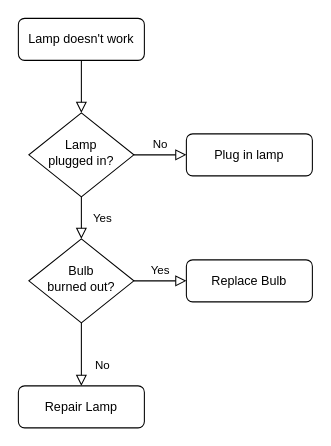
Above: Untitled Diagram.drawio in Slozzyondul/dog_food (draw.io), before the change. Source tidied: cells renumbered, new cells numbered last; positions are measured from the earlier drawing's top-left corner, leaving out a move shared by most shapes. Both pictures are drawn from the tidied source at 105%, with x=0, y=0 at pixel (18, 18).
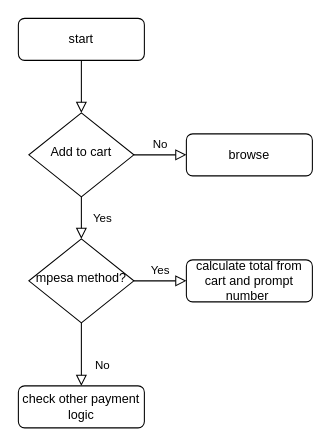
Above is the later version.

The edit, as a diff of the source:
```diff
@@
 <mxGraphModel>
   <root>
     <mxCell id="0" />
     <mxCell id="1" parent="0" />
     <mxCell id="2" style="rounded=0;html=1;jettySize=auto;fontSize=11;endArrow=block;endFill=0;endSize=8;strokeWidth=1;shadow=0;labelBackgroundColor=none;edgeStyle=orthogonalEdgeStyle;" parent="1" edge="1" source="3" target="6">
       <mxGeometry relative="1" as="geometry" />
     </mxCell>
-    <mxCell id="3" value="Lamp doesn't work" style="rounded=1;whiteSpace=wrap;html=1;fontSize=12;glass=0;strokeWidth=1;shadow=0;" parent="1" vertex="1">
+    <mxCell id="3" value="start" style="rounded=1;whiteSpace=wrap;html=1;fontSize=12;glass=0;strokeWidth=1;shadow=0;" parent="1" vertex="1">
       <mxGeometry width="120" height="40" as="geometry" />
     </mxCell>
     <mxCell id="4" value="Yes" style="rounded=0;html=1;jettySize=auto;fontSize=11;endArrow=block;endFill=0;endSize=8;strokeWidth=1;shadow=0;labelBackgroundColor=none;edgeStyle=orthogonalEdgeStyle;" parent="1" edge="1" source="6" target="10">
       <mxGeometry y="20" relative="1" as="geometry" />
     </mxCell>
     <mxCell id="5" value="No" style="edgeStyle=orthogonalEdgeStyle;rounded=0;html=1;jettySize=auto;fontSize=11;endArrow=block;endFill=0;endSize=8;strokeWidth=1;shadow=0;labelBackgroundColor=none;" parent="1" edge="1" source="6" target="7">
       <mxGeometry y="10" relative="1" as="geometry" />
     </mxCell>
-    <mxCell id="6" value="Lamp&lt;br&gt;plugged in?" style="rhombus;whiteSpace=wrap;html=1;shadow=0;fontFamily=Helvetica;fontSize=12;align=center;strokeWidth=1;spacing=6;spacingTop=-4;" parent="1" vertex="1">
+    <mxCell id="6" value="Add to cart" style="rhombus;whiteSpace=wrap;html=1;shadow=0;fontFamily=Helvetica;fontSize=12;align=center;strokeWidth=1;spacing=6;spacingTop=-4;" parent="1" vertex="1">
       <mxGeometry x="10" y="90" width="100" height="80" as="geometry" />
     </mxCell>
-    <mxCell id="7" value="Plug in lamp" style="rounded=1;whiteSpace=wrap;html=1;fontSize=12;glass=0;strokeWidth=1;shadow=0;" parent="1" vertex="1">
+    <mxCell id="7" value="browse" style="rounded=1;whiteSpace=wrap;html=1;fontSize=12;glass=0;strokeWidth=1;shadow=0;" parent="1" vertex="1">
       <mxGeometry x="160" y="110" width="120" height="40" as="geometry" />
     </mxCell>
     <mxCell id="8" value="No" style="rounded=0;html=1;jettySize=auto;fontSize=11;endArrow=block;endFill=0;endSize=8;strokeWidth=1;shadow=0;labelBackgroundColor=none;edgeStyle=orthogonalEdgeStyle;" parent="1" edge="1" source="10" target="11">
       <mxGeometry x="0.33" y="20" relative="1" as="geometry" />
     </mxCell>
     <mxCell id="9" value="Yes" style="edgeStyle=orthogonalEdgeStyle;rounded=0;html=1;jettySize=auto;fontSize=11;endArrow=block;endFill=0;endSize=8;strokeWidth=1;shadow=0;labelBackgroundColor=none;" parent="1" edge="1" source="10" target="12">
       <mxGeometry y="10" relative="1" as="geometry" />
     </mxCell>
-    <mxCell id="10" value="Bulb&lt;br&gt;burned out?" style="rhombus;whiteSpace=wrap;html=1;shadow=0;fontFamily=Helvetica;fontSize=12;align=center;strokeWidth=1;spacing=6;spacingTop=-4;" parent="1" vertex="1">
+    <mxCell id="10" value="mpesa method?" style="rhombus;whiteSpace=wrap;html=1;shadow=0;fontFamily=Helvetica;fontSize=12;align=center;strokeWidth=1;spacing=6;spacingTop=-4;" parent="1" vertex="1">
       <mxGeometry x="10" y="210" width="100" height="80" as="geometry" />
     </mxCell>
-    <mxCell id="11" value="Repair Lamp" style="rounded=1;whiteSpace=wrap;html=1;fontSize=12;glass=0;strokeWidth=1;shadow=0;" parent="1" vertex="1">
+    <mxCell id="11" value="check other payment logic" style="rounded=1;whiteSpace=wrap;html=1;fontSize=12;glass=0;strokeWidth=1;shadow=0;" parent="1" vertex="1">
       <mxGeometry y="350" width="120" height="40" as="geometry" />
     </mxCell>
-    <mxCell id="12" value="Replace Bulb" style="rounded=1;whiteSpace=wrap;html=1;fontSize=12;glass=0;strokeWidth=1;shadow=0;" parent="1" vertex="1">
+    <mxCell id="12" value="calculate total from cart and prompt number&amp;nbsp;" style="rounded=1;whiteSpace=wrap;html=1;fontSize=12;glass=0;strokeWidth=1;shadow=0;" parent="1" vertex="1">
       <mxGeometry x="160" y="230" width="120" height="40" as="geometry" />
     </mxCell>
   </root>
 </mxGraphModel>
```
